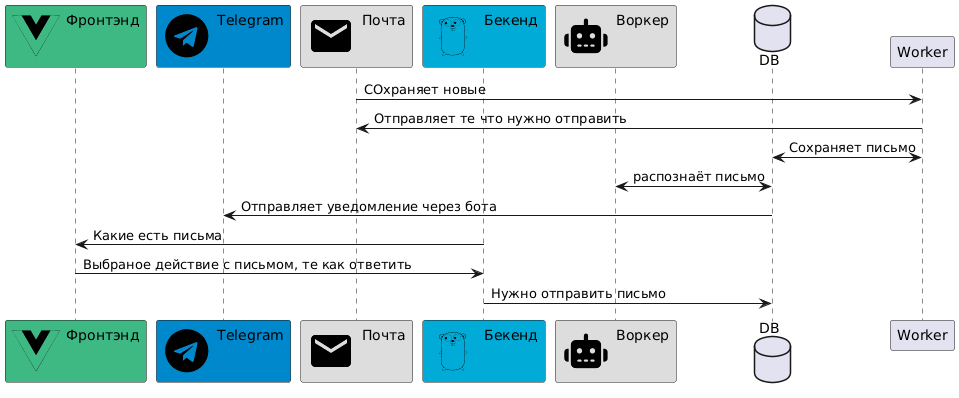
Above: plantuml_generated/ai_mail_controller.png in NRF24l01/ai_mail_control (PlantUML), before the change. The source it was exported from:
```plantuml
@startuml ai_mail_controller
!include ./icons/telegram.puml
!include ./icons/go.puml
!include ./icons/vuejs.puml
!include ./icons/email.puml
!include ./icons/robot.puml

participant Фронтэнд as Vue <<$vuejs>> #3fb984
participant Telegram <<$telegram>> #0088cc
participant Почта <<$email>> #dddddd
participant Бекенд as GoBackend <<$go>> #00acd7
participant Воркер <<$robot>> #dddddd

database DB

Почта -> Worker: СОхраняет новые
Worker -> Почта: Отправляет те что нужно отправить
Worker <-> DB: Сохраняет письмо
DB <-> Воркер: распознаёт письмо
DB -> Telegram: Отправляет уведомление через бота
Vue <- GoBackend: Какие есть письма
Vue -> GoBackend: Выбраное действие с письмом, те как ответить
GoBackend -> DB: Нужно отправить письмо
@enduml
```
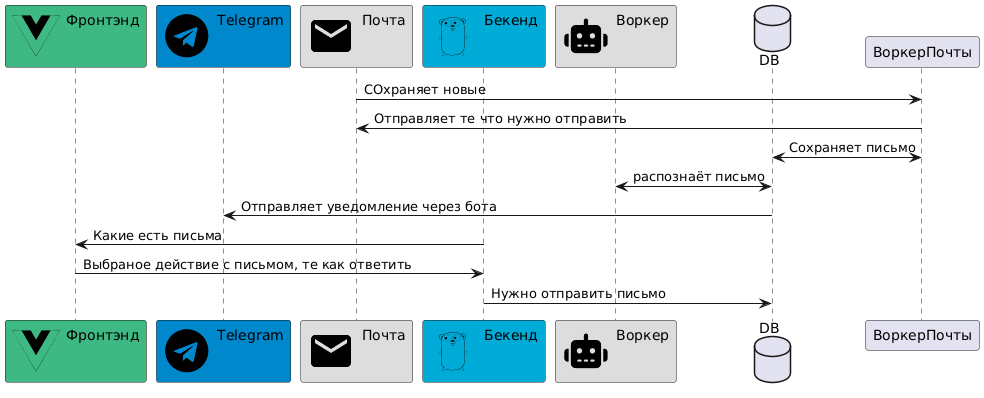
The same diagram one commit later.

Commit message:
Auto-update UML diagrams

The edit, as a diff of the source:
```diff
@@ -13,9 +13,9 @@
 
 database DB
 
-Почта -> Worker: СОхраняет новые
-Worker -> Почта: Отправляет те что нужно отправить
-Worker <-> DB: Сохраняет письмо
+Почта -> ВоркерПочты: СОхраняет новые
+ВоркерПочты -> Почта: Отправляет те что нужно отправить
+ВоркерПочты <-> DB: Сохраняет письмо
 DB <-> Воркер: распознаёт письмо
 DB -> Telegram: Отправляет уведомление через бота
 Vue <- GoBackend: Какие есть письма
```
